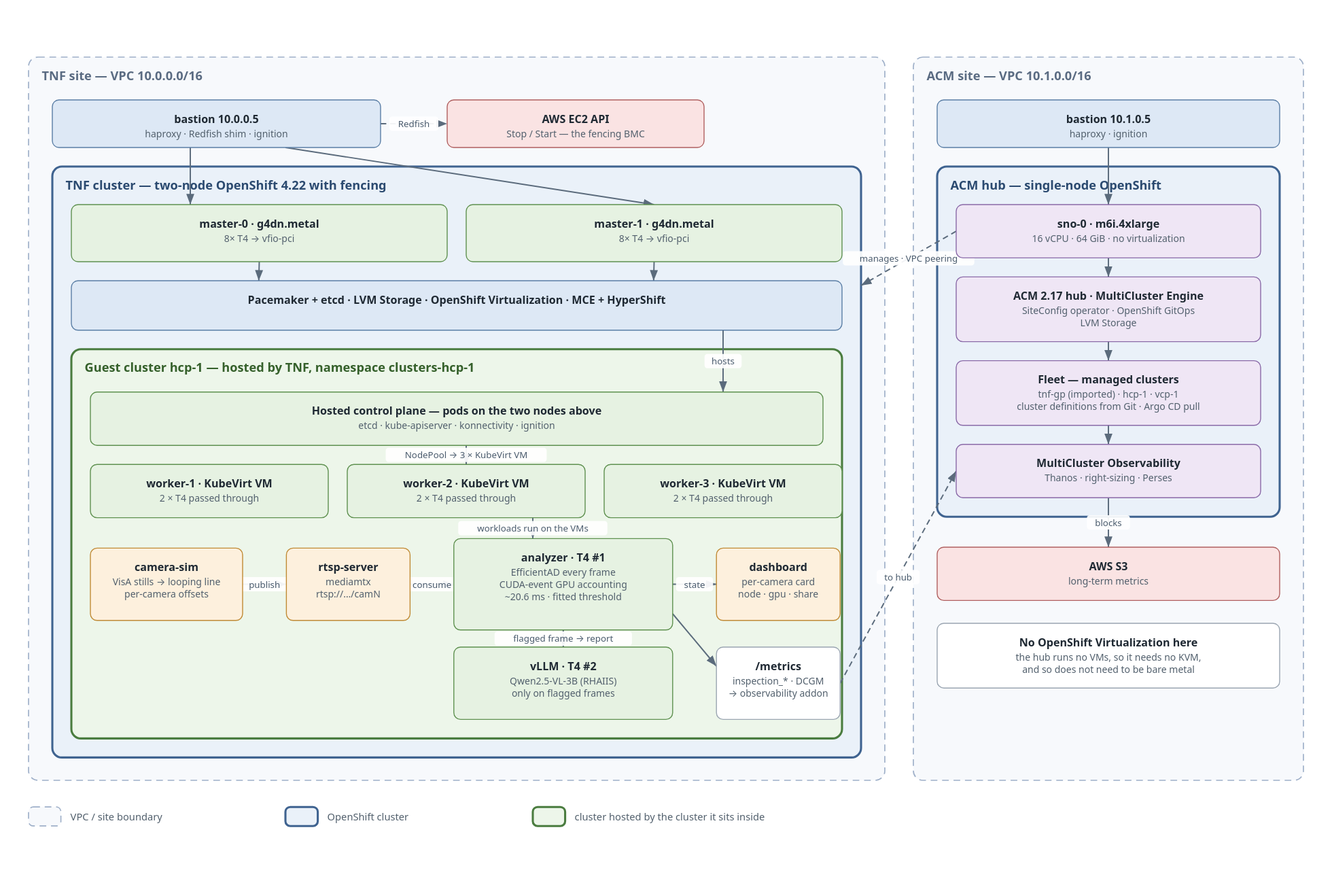
MoOyeg/tnf-toolbox-gp keeps this draw.io diagram as docs/architecture.drawio.svg. Above is the earlier version. Source tidied: cells renumbered, new cells last; positions are measured from the earlier drawing's top-left corner, leaving out a move shared by most shapes.
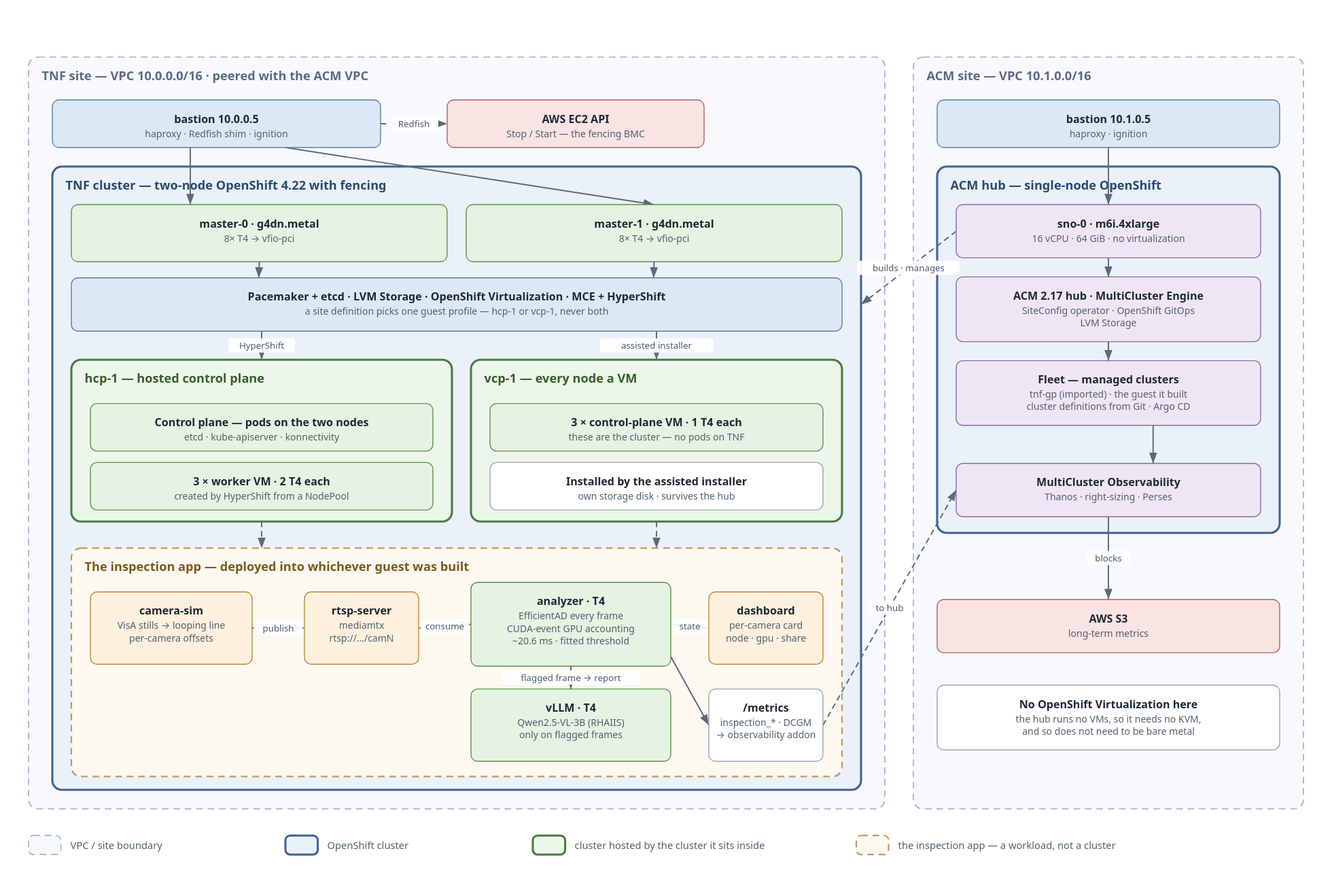
Later version of the same file.

Commit message:
Show both guest profiles in the architecture

The edit, as a diff of the source:
```diff
@@ -2,20 +2,26 @@
   <root>
     <mxCell id="0" />
     <mxCell id="1" parent="0" />
-    <mxCell id="2" value="TNF site — VPC 10.0.0.0/16" style="rounded=1;whiteSpace=wrap;html=1;fillColor=#f7f9fc;strokeColor=#9fb0c9;align=center;verticalAlign=top;fontSize=11;spacing=4;fontStyle=1;strokeWidth=1.2;dashed=1;" parent="1" vertex="1">
-      <mxGeometry width="900" height="760" as="geometry" />
+    <mxCell id="2" value="TNF site — VPC 10.0.0.0/16 · peered with the ACM VPC" style="rounded=1;whiteSpace=wrap;html=1;fillColor=#f7f9fc;strokeColor=#9fb0c9;align=center;verticalAlign=top;fontSize=11;spacing=4;fontStyle=1;strokeWidth=1.2;dashed=1;" parent="1" vertex="1">
+      <mxGeometry width="900" height="790" as="geometry" />
     </mxCell>
     <mxCell id="3" value="ACM site — VPC 10.1.0.0/16" style="rounded=1;whiteSpace=wrap;html=1;fillColor=#f7f9fc;strokeColor=#9fb0c9;align=center;verticalAlign=top;fontSize=11;spacing=4;fontStyle=1;strokeWidth=1.2;dashed=1;" parent="1" vertex="1">
-      <mxGeometry x="930" width="410" height="760" as="geometry" />
+      <mxGeometry x="930" width="410" height="790" as="geometry" />
     </mxCell>
     <mxCell id="4" value="TNF cluster — two-node OpenShift 4.22 with fencing" style="rounded=1;whiteSpace=wrap;html=1;fillColor=#eaf1f9;strokeColor=#3f6390;align=center;verticalAlign=top;fontSize=11;spacing=4;fontStyle=1;strokeWidth=2.2;dashed=0;" parent="1" vertex="1">
-      <mxGeometry x="25" y="115" width="850" height="621" as="geometry" />
+      <mxGeometry x="25" y="115" width="850" height="655" as="geometry" />
     </mxCell>
-    <mxCell id="5" value="Guest cluster hcp-1 — hosted by TNF, namespace clusters-hcp-1" style="rounded=1;whiteSpace=wrap;html=1;fillColor=#edf6ea;strokeColor=#4a7c3f;align=center;verticalAlign=top;fontSize=11;spacing=4;fontStyle=1;strokeWidth=2.2;dashed=0;" parent="1" vertex="1">
-      <mxGeometry x="45" y="307" width="810" height="409" as="geometry" />
+    <mxCell id="5" value="hcp-1 — hosted control plane" style="rounded=1;whiteSpace=wrap;html=1;fillColor=#edf6ea;strokeColor=#4a7c3f;align=center;verticalAlign=top;fontSize=11;spacing=4;fontStyle=1;strokeWidth=2.2;dashed=0;" parent="1" vertex="1">
+      <mxGeometry x="45" y="318" width="400" height="170" as="geometry" />
     </mxCell>
+    <mxCell id="49" value="vcp-1 — every node a VM" style="rounded=1;whiteSpace=wrap;html=1;fillColor=#edf6ea;strokeColor=#4a7c3f;align=center;verticalAlign=top;fontSize=11;spacing=4;fontStyle=1;strokeWidth=2.2;dashed=0;" parent="1" vertex="1">
+      <mxGeometry x="465" y="318" width="390" height="170" as="geometry" />
+    </mxCell>
+    <mxCell id="50" value="The inspection app — deployed into whichever guest was built" style="rounded=1;whiteSpace=wrap;html=1;fillColor=#fdf8f0;strokeColor=#c09a5c;align=center;verticalAlign=top;fontSize=11;spacing=4;fontStyle=1;strokeWidth=1.6;dashed=1;" parent="1" vertex="1">
+      <mxGeometry x="45" y="516" width="810" height="240" as="geometry" />
+    </mxCell>
     <mxCell id="6" value="ACM hub — single-node OpenShift" style="rounded=1;whiteSpace=wrap;html=1;fillColor=#eaf1f9;strokeColor=#3f6390;align=center;verticalAlign=top;fontSize=11;spacing=4;fontStyle=1;strokeWidth=2.2;dashed=0;" parent="1" vertex="1">
-      <mxGeometry x="955" y="115" width="360" height="368" as="geometry" />
+      <mxGeometry x="955" y="115" width="360" height="385" as="geometry" />
     </mxCell>
     <mxCell id="7" value="bastion 10.0.0.5 haproxy · Redfish shim · ignition" style="rounded=1;whiteSpace=wrap;html=1;fillColor=#dde8f5;strokeColor=#5b7fa6;align=center;verticalAlign=middle;fontSize=11;spacing=4;" parent="1" vertex="1">
       <mxGeometry x="25" y="45" width="345" height="50" as="geometry" />
@@ -29,38 +35,38 @@
     <mxCell id="10" value="master-1 · g4dn.metal 8× T4 → vfio-pci" style="rounded=1;whiteSpace=wrap;html=1;fillColor=#e6f2e2;strokeColor=#5f9150;align=center;verticalAlign=middle;fontSize=11;spacing=4;" parent="1" vertex="1">
       <mxGeometry x="460" y="155" width="395" height="60" as="geometry" />
     </mxCell>
-    <mxCell id="11" value="Pacemaker + etcd · LVM Storage · OpenShift Virtualization · MCE + HyperShift" style="rounded=1;whiteSpace=wrap;html=1;fillColor=#dde8f5;strokeColor=#5b7fa6;align=center;verticalAlign=middle;fontSize=11;spacing=4;" parent="1" vertex="1">
-      <mxGeometry x="45" y="235" width="810" height="52" as="geometry" />
+    <mxCell id="11" value="Pacemaker + etcd · LVM Storage · OpenShift Virtualization · MCE + HyperShift a site definition picks one guest profile — hcp-1 or vcp-1, never both" style="rounded=1;whiteSpace=wrap;html=1;fillColor=#dde8f5;strokeColor=#5b7fa6;align=center;verticalAlign=middle;fontSize=11;spacing=4;" parent="1" vertex="1">
+      <mxGeometry x="45" y="232" width="810" height="56" as="geometry" />
     </mxCell>
-    <mxCell id="12" value="Hosted control plane — pods on the two nodes above etcd · kube-apiserver · konnectivity · ignition" style="rounded=1;whiteSpace=wrap;html=1;fillColor=#e6f2e2;strokeColor=#5f9150;align=center;verticalAlign=middle;fontSize=11;spacing=4;" parent="1" vertex="1">
-      <mxGeometry x="65" y="352" width="770" height="56" as="geometry" />
+    <mxCell id="12" value="Control plane — pods on the two nodes etcd · kube-apiserver · konnectivity" style="rounded=1;whiteSpace=wrap;html=1;fillColor=#e6f2e2;strokeColor=#5f9150;align=center;verticalAlign=middle;fontSize=11;spacing=4;" parent="1" vertex="1">
+      <mxGeometry x="65" y="364" width="360" height="50" as="geometry" />
     </mxCell>
-    <mxCell id="13" value="worker-1 · KubeVirt VM 2 × T4 passed through" style="rounded=1;whiteSpace=wrap;html=1;fillColor=#e6f2e2;strokeColor=#5f9150;align=center;verticalAlign=middle;fontSize=11;spacing=4;" parent="1" vertex="1">
-      <mxGeometry x="65" y="428" width="250" height="56" as="geometry" />
-    </mxCell>
-    <mxCell id="14" value="worker-2 · KubeVirt VM 2 × T4 passed through" style="rounded=1;whiteSpace=wrap;html=1;fillColor=#e6f2e2;strokeColor=#5f9150;align=center;verticalAlign=middle;fontSize=11;spacing=4;" parent="1" vertex="1">
-      <mxGeometry x="335" y="428" width="250" height="56" as="geometry" />
-    </mxCell>
-    <mxCell id="15" value="worker-3 · KubeVirt VM 2 × T4 passed through" style="rounded=1;whiteSpace=wrap;html=1;fillColor=#e6f2e2;strokeColor=#5f9150;align=center;verticalAlign=middle;fontSize=11;spacing=4;" parent="1" vertex="1">
-      <mxGeometry x="605" y="428" width="250" height="56" as="geometry" />
-    </mxCell>
+    <mxCell id="51" value="3 × worker VM · 2 T4 each created by HyperShift from a NodePool" style="rounded=1;whiteSpace=wrap;html=1;fillColor=#e6f2e2;strokeColor=#5f9150;align=center;verticalAlign=middle;fontSize=11;spacing=4;" parent="1" vertex="1">
+      <mxGeometry x="65" y="426" width="360" height="50" as="geometry" />
+    </mxCell>
+    <mxCell id="52" value="3 × control-plane VM · 1 T4 each these are the cluster — no pods on TNF" style="rounded=1;whiteSpace=wrap;html=1;fillColor=#e6f2e2;strokeColor=#5f9150;align=center;verticalAlign=middle;fontSize=11;spacing=4;" parent="1" vertex="1">
+      <mxGeometry x="485" y="364" width="350" height="50" as="geometry" />
+    </mxCell>
+    <mxCell id="53" value="Installed by the assisted installer own storage disk · survives the hub" style="rounded=1;whiteSpace=wrap;html=1;fillColor=#ffffff;strokeColor=#9aa5b1;align=center;verticalAlign=middle;fontSize=11;spacing=4;" parent="1" vertex="1">
+      <mxGeometry x="485" y="426" width="350" height="50" as="geometry" />
+    </mxCell>
     <mxCell id="16" value="camera-sim VisA stills → looping line per-camera offsets" style="rounded=1;whiteSpace=wrap;html=1;fillColor=#fdf0dd;strokeColor=#c08a35;align=center;verticalAlign=middle;fontSize=11;spacing=4;" parent="1" vertex="1">
-      <mxGeometry x="65" y="516" width="160" height="76" as="geometry" />
+      <mxGeometry x="65" y="562" width="170" height="76" as="geometry" />
     </mxCell>
     <mxCell id="17" value="rtsp-server mediamtx rtsp://…/camN" style="rounded=1;whiteSpace=wrap;html=1;fillColor=#fdf0dd;strokeColor=#c08a35;align=center;verticalAlign=middle;fontSize=11;spacing=4;" parent="1" vertex="1">
-      <mxGeometry x="271" y="516" width="130" height="76" as="geometry" />
+      <mxGeometry x="290" y="562" width="120" height="76" as="geometry" />
     </mxCell>
-    <mxCell id="18" value="analyzer  ·  T4 #1 EfficientAD every frame CUDA-event GPU accounting ~20.6 ms · fitted threshold" style="rounded=1;whiteSpace=wrap;html=1;fillColor=#e6f2e2;strokeColor=#5f9150;align=center;verticalAlign=middle;fontSize=11;spacing=4;" parent="1" vertex="1">
-      <mxGeometry x="447" y="506" width="230" height="96" as="geometry" />
+    <mxCell id="18" value="analyzer  ·  T4 EfficientAD every frame CUDA-event GPU accounting ~20.6 ms · fitted threshold" style="rounded=1;whiteSpace=wrap;html=1;fillColor=#e6f2e2;strokeColor=#5f9150;align=center;verticalAlign=middle;fontSize=11;spacing=4;" parent="1" vertex="1">
+      <mxGeometry x="465" y="552" width="210" height="88" as="geometry" />
     </mxCell>
     <mxCell id="19" value="dashboard per-camera card node · gpu · share" style="rounded=1;whiteSpace=wrap;html=1;fillColor=#fdf0dd;strokeColor=#c08a35;align=center;verticalAlign=middle;fontSize=11;spacing=4;" parent="1" vertex="1">
-      <mxGeometry x="723" y="516" width="130" height="76" as="geometry" />
+      <mxGeometry x="715" y="562" width="120" height="76" as="geometry" />
     </mxCell>
-    <mxCell id="20" value="vLLM  ·  T4 #2 Qwen2.5-VL-3B (RHAIIS) only on flagged frames" style="rounded=1;whiteSpace=wrap;html=1;fillColor=#e6f2e2;strokeColor=#5f9150;align=center;verticalAlign=middle;fontSize=11;spacing=4;" parent="1" vertex="1">
-      <mxGeometry x="447" y="620" width="230" height="76" as="geometry" />
+    <mxCell id="20" value="vLLM  ·  T4 Qwen2.5-VL-3B (RHAIIS) only on flagged frames" style="rounded=1;whiteSpace=wrap;html=1;fillColor=#e6f2e2;strokeColor=#5f9150;align=center;verticalAlign=middle;fontSize=11;spacing=4;" parent="1" vertex="1">
+      <mxGeometry x="465" y="664" width="210" height="76" as="geometry" />
     </mxCell>
     <mxCell id="21" value="/metrics inspection_* · DCGM → observability addon" style="rounded=1;whiteSpace=wrap;html=1;fillColor=#ffffff;strokeColor=#9aa5b1;align=center;verticalAlign=middle;fontSize=11;spacing=4;" parent="1" vertex="1">
-      <mxGeometry x="723" y="620" width="130" height="76" as="geometry" />
+      <mxGeometry x="715" y="664" width="120" height="76" as="geometry" />
     </mxCell>
     <mxCell id="22" value="bastion 10.1.0.5 haproxy · ignition" style="rounded=1;whiteSpace=wrap;html=1;fillColor=#dde8f5;strokeColor=#5b7fa6;align=center;verticalAlign=middle;fontSize=11;spacing=4;" parent="1" vertex="1">
       <mxGeometry x="955" y="45" width="360" height="50" as="geometry" />
@@ -71,17 +77,17 @@
     <mxCell id="24" value="ACM 2.17 hub · MultiCluster Engine SiteConfig operator · OpenShift GitOps LVM Storage" style="rounded=1;whiteSpace=wrap;html=1;fillColor=#efe6f5;strokeColor=#8a6aa8;align=center;verticalAlign=middle;fontSize=11;spacing=4;" parent="1" vertex="1">
       <mxGeometry x="975" y="231" width="320" height="68" as="geometry" />
     </mxCell>
-    <mxCell id="25" value="Fleet — managed clusters tnf-gp (imported) · hcp-1 · vcp-1 cluster definitions from Git · Argo CD pull" style="rounded=1;whiteSpace=wrap;html=1;fillColor=#efe6f5;strokeColor=#8a6aa8;align=center;verticalAlign=middle;fontSize=11;spacing=4;" parent="1" vertex="1">
+    <mxCell id="25" value="Fleet — managed clusters tnf-gp (imported) · the guest it built cluster definitions from Git · Argo CD" style="rounded=1;whiteSpace=wrap;html=1;fillColor=#efe6f5;strokeColor=#8a6aa8;align=center;verticalAlign=middle;fontSize=11;spacing=4;" parent="1" vertex="1">
       <mxGeometry x="975" y="319" width="320" height="68" as="geometry" />
     </mxCell>
     <mxCell id="26" value="MultiCluster Observability Thanos · right-sizing · Perses" style="rounded=1;whiteSpace=wrap;html=1;fillColor=#efe6f5;strokeColor=#8a6aa8;align=center;verticalAlign=middle;fontSize=11;spacing=4;" parent="1" vertex="1">
-      <mxGeometry x="975" y="407" width="320" height="56" as="geometry" />
+      <mxGeometry x="975" y="427" width="320" height="56" as="geometry" />
     </mxCell>
     <mxCell id="27" value="AWS S3 long-term metrics" style="rounded=1;whiteSpace=wrap;html=1;fillColor=#fae3e3;strokeColor=#b06060;align=center;verticalAlign=middle;fontSize=11;spacing=4;" parent="1" vertex="1">
-      <mxGeometry x="955" y="515" width="360" height="56" as="geometry" />
+      <mxGeometry x="955" y="570" width="360" height="56" as="geometry" />
     </mxCell>
     <mxCell id="28" value="No OpenShift Virtualization here the hub runs no VMs, so it needs no KVM, and so does not need to be bare metal" style="rounded=1;whiteSpace=wrap;html=1;fillColor=#ffffff;strokeColor=#9aa5b1;align=center;verticalAlign=middle;fontSize=11;spacing=4;" parent="1" vertex="1">
-      <mxGeometry x="955" y="595" width="360" height="68" as="geometry" />
+      <mxGeometry x="955" y="660" width="360" height="68" as="geometry" />
     </mxCell>
     <mxCell id="29" style="edgeStyle=orthogonalEdgeStyle;rounded=1;html=1;fontSize=10;endArrow=block;endFill=1;strokeColor=#5b6b7c;" parent="1" edge="1" source="7" target="9">
       <mxGeometry relative="1" as="geometry" />
@@ -98,50 +104,53 @@
     <mxCell id="33" style="edgeStyle=orthogonalEdgeStyle;rounded=1;html=1;fontSize=10;endArrow=block;endFill=1;strokeColor=#5b6b7c;" parent="1" edge="1" source="10" target="11">
       <mxGeometry relative="1" as="geometry" />
     </mxCell>
-    <mxCell id="34" value="hosts" style="edgeStyle=orthogonalEdgeStyle;rounded=1;html=1;fontSize=10;endArrow=block;endFill=1;strokeColor=#5b6b7c;" parent="1" edge="1" source="11" target="12">
+    <mxCell id="34" value="HyperShift" style="edgeStyle=orthogonalEdgeStyle;rounded=1;html=1;fontSize=10;endArrow=block;endFill=1;strokeColor=#5b6b7c;" parent="1" edge="1" source="11" target="5">
       <mxGeometry relative="1" as="geometry" />
     </mxCell>
-    <mxCell id="35" value="NodePool → 3 × KubeVirt VM" style="edgeStyle=orthogonalEdgeStyle;rounded=1;html=1;fontSize=10;endArrow=block;endFill=1;strokeColor=#5b6b7c;" parent="1" edge="1" source="12" target="14">
+    <mxCell id="35" value="assisted installer" style="edgeStyle=orthogonalEdgeStyle;rounded=1;html=1;fontSize=10;endArrow=block;endFill=1;strokeColor=#5b6b7c;" parent="1" edge="1" source="11" target="49">
       <mxGeometry relative="1" as="geometry" />
     </mxCell>
-    <mxCell id="36" value="workloads run on the VMs" style="edgeStyle=orthogonalEdgeStyle;rounded=1;html=1;fontSize=10;endArrow=block;endFill=1;strokeColor=#5b6b7c;dashed=1;" parent="1" edge="1" source="14" target="18">
+    <mxCell id="36" style="edgeStyle=orthogonalEdgeStyle;rounded=1;html=1;fontSize=10;endArrow=block;endFill=1;strokeColor=#5b6b7c;dashed=1;" parent="1" edge="1" source="5" target="50">
       <mxGeometry relative="1" as="geometry" />
     </mxCell>
-    <mxCell id="37" value="publish" style="edgeStyle=orthogonalEdgeStyle;rounded=1;html=1;fontSize=10;endArrow=block;endFill=1;strokeColor=#5b6b7c;" parent="1" edge="1" source="16" target="17">
+    <mxCell id="37" style="edgeStyle=orthogonalEdgeStyle;rounded=1;html=1;fontSize=10;endArrow=block;endFill=1;strokeColor=#5b6b7c;dashed=1;" parent="1" edge="1" source="49" target="50">
       <mxGeometry relative="1" as="geometry" />
     </mxCell>
-    <mxCell id="38" value="consume" style="edgeStyle=orthogonalEdgeStyle;rounded=1;html=1;fontSize=10;endArrow=block;endFill=1;strokeColor=#5b6b7c;" parent="1" edge="1" source="17" target="18">
+    <mxCell id="38" value="publish" style="edgeStyle=orthogonalEdgeStyle;rounded=1;html=1;fontSize=10;endArrow=block;endFill=1;strokeColor=#5b6b7c;" parent="1" edge="1" source="16" target="17">
       <mxGeometry relative="1" as="geometry" />
     </mxCell>
-    <mxCell id="39" value="state" style="edgeStyle=orthogonalEdgeStyle;rounded=1;html=1;fontSize=10;endArrow=block;endFill=1;strokeColor=#5b6b7c;" parent="1" edge="1" source="18" target="19">
+    <mxCell id="39" value="consume" style="edgeStyle=orthogonalEdgeStyle;rounded=1;html=1;fontSize=10;endArrow=block;endFill=1;strokeColor=#5b6b7c;" parent="1" edge="1" source="17" target="18">
       <mxGeometry relative="1" as="geometry" />
     </mxCell>
-    <mxCell id="40" value="flagged frame → report" style="edgeStyle=orthogonalEdgeStyle;rounded=1;html=1;fontSize=10;endArrow=block;endFill=1;strokeColor=#5b6b7c;" parent="1" edge="1" source="18" target="20">
+    <mxCell id="40" value="state" style="edgeStyle=orthogonalEdgeStyle;rounded=1;html=1;fontSize=10;endArrow=block;endFill=1;strokeColor=#5b6b7c;" parent="1" edge="1" source="18" target="19">
       <mxGeometry relative="1" as="geometry" />
     </mxCell>
-    <mxCell id="41" style="edgeStyle=orthogonalEdgeStyle;rounded=1;html=1;fontSize=10;endArrow=block;endFill=1;strokeColor=#5b6b7c;" parent="1" edge="1" source="18" target="21">
+    <mxCell id="41" value="flagged frame → report" style="edgeStyle=orthogonalEdgeStyle;rounded=1;html=1;fontSize=10;endArrow=block;endFill=1;strokeColor=#5b6b7c;" parent="1" edge="1" source="18" target="20">
       <mxGeometry relative="1" as="geometry" />
     </mxCell>
-    <mxCell id="42" style="edgeStyle=orthogonalEdgeStyle;rounded=1;html=1;fontSize=10;endArrow=block;endFill=1;strokeColor=#5b6b7c;" parent="1" edge="1" source="22" target="23">
+    <mxCell id="42" style="edgeStyle=orthogonalEdgeStyle;rounded=1;html=1;fontSize=10;endArrow=block;endFill=1;strokeColor=#5b6b7c;" parent="1" edge="1" source="18" target="21">
       <mxGeometry relative="1" as="geometry" />
     </mxCell>
-    <mxCell id="43" style="edgeStyle=orthogonalEdgeStyle;rounded=1;html=1;fontSize=10;endArrow=block;endFill=1;strokeColor=#5b6b7c;" parent="1" edge="1" source="23" target="24">
+    <mxCell id="43" style="edgeStyle=orthogonalEdgeStyle;rounded=1;html=1;fontSize=10;endArrow=block;endFill=1;strokeColor=#5b6b7c;" parent="1" edge="1" source="22" target="23">
       <mxGeometry relative="1" as="geometry" />
     </mxCell>
-    <mxCell id="44" style="edgeStyle=orthogonalEdgeStyle;rounded=1;html=1;fontSize=10;endArrow=block;endFill=1;strokeColor=#5b6b7c;" parent="1" edge="1" source="24" target="25">
+    <mxCell id="44" style="edgeStyle=orthogonalEdgeStyle;rounded=1;html=1;fontSize=10;endArrow=block;endFill=1;strokeColor=#5b6b7c;" parent="1" edge="1" source="23" target="24">
       <mxGeometry relative="1" as="geometry" />
     </mxCell>
-    <mxCell id="45" style="edgeStyle=orthogonalEdgeStyle;rounded=1;html=1;fontSize=10;endArrow=block;endFill=1;strokeColor=#5b6b7c;" parent="1" edge="1" source="25" target="26">
+    <mxCell id="45" style="edgeStyle=orthogonalEdgeStyle;rounded=1;html=1;fontSize=10;endArrow=block;endFill=1;strokeColor=#5b6b7c;" parent="1" edge="1" source="24" target="25">
       <mxGeometry relative="1" as="geometry" />
     </mxCell>
-    <mxCell id="46" value="blocks" style="edgeStyle=orthogonalEdgeStyle;rounded=1;html=1;fontSize=10;endArrow=block;endFill=1;strokeColor=#5b6b7c;" parent="1" edge="1" source="26" target="27">
+    <mxCell id="46" style="edgeStyle=orthogonalEdgeStyle;rounded=1;html=1;fontSize=10;endArrow=block;endFill=1;strokeColor=#5b6b7c;" parent="1" edge="1" source="25" target="26">
       <mxGeometry relative="1" as="geometry" />
     </mxCell>
-    <mxCell id="47" value="manages · VPC peering" style="edgeStyle=orthogonalEdgeStyle;rounded=1;html=1;fontSize=10;endArrow=block;endFill=1;strokeColor=#5b6b7c;dashed=1;" parent="1" edge="1" source="23" target="4">
+    <mxCell id="47" value="blocks" style="edgeStyle=orthogonalEdgeStyle;rounded=1;html=1;fontSize=10;endArrow=block;endFill=1;strokeColor=#5b6b7c;" parent="1" edge="1" source="26" target="27">
       <mxGeometry relative="1" as="geometry" />
     </mxCell>
-    <mxCell id="48" value="to hub" style="edgeStyle=orthogonalEdgeStyle;rounded=1;html=1;fontSize=10;endArrow=block;endFill=1;strokeColor=#5b6b7c;dashed=1;" parent="1" edge="1" source="21" target="26">
+    <mxCell id="48" value="builds · manages" style="edgeStyle=orthogonalEdgeStyle;rounded=1;html=1;fontSize=10;endArrow=block;endFill=1;strokeColor=#5b6b7c;dashed=1;" parent="1" edge="1" source="23" target="4">
       <mxGeometry relative="1" as="geometry" />
     </mxCell>
+    <mxCell id="54" value="to hub" style="edgeStyle=orthogonalEdgeStyle;rounded=1;html=1;fontSize=10;endArrow=block;endFill=1;strokeColor=#5b6b7c;dashed=1;" parent="1" edge="1" source="21" target="26">
+      <mxGeometry relative="1" as="geometry" />
+    </mxCell>
   </root>
 </mxGraphModel>
```
